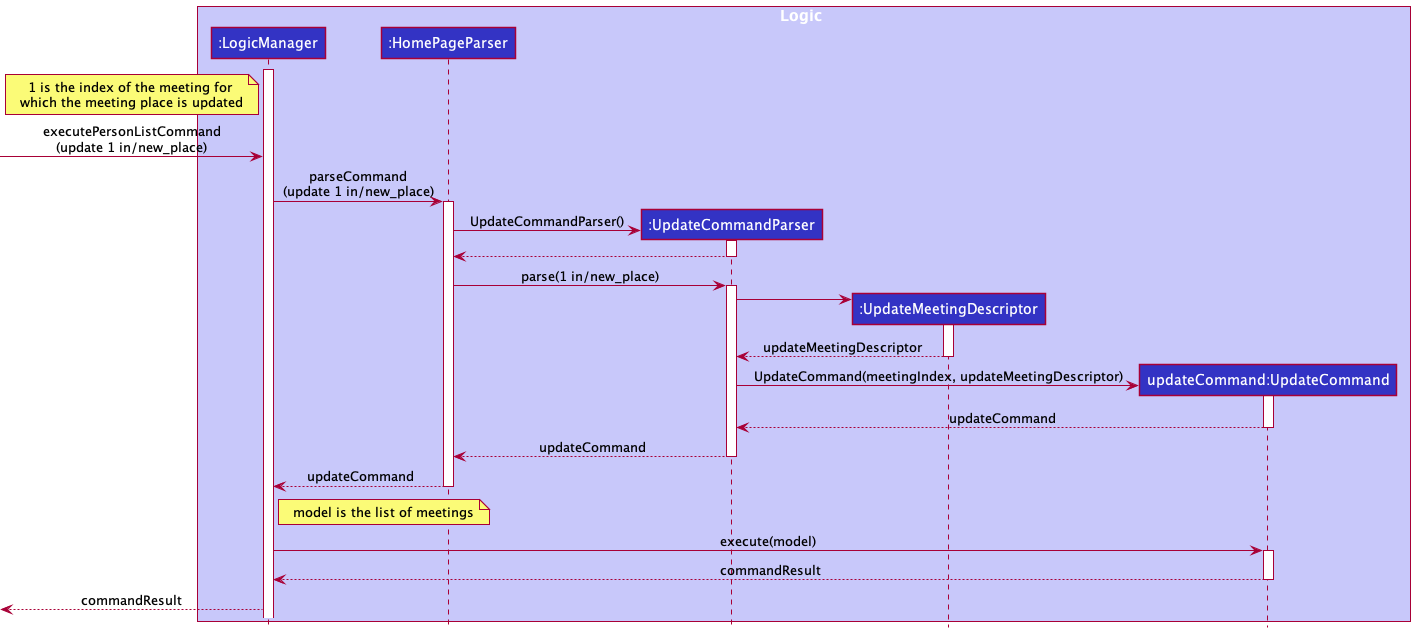
Earlier version of the PlantUML export docs/images/UpdateCommandSequenceDiagram.png (tonishka/tp).
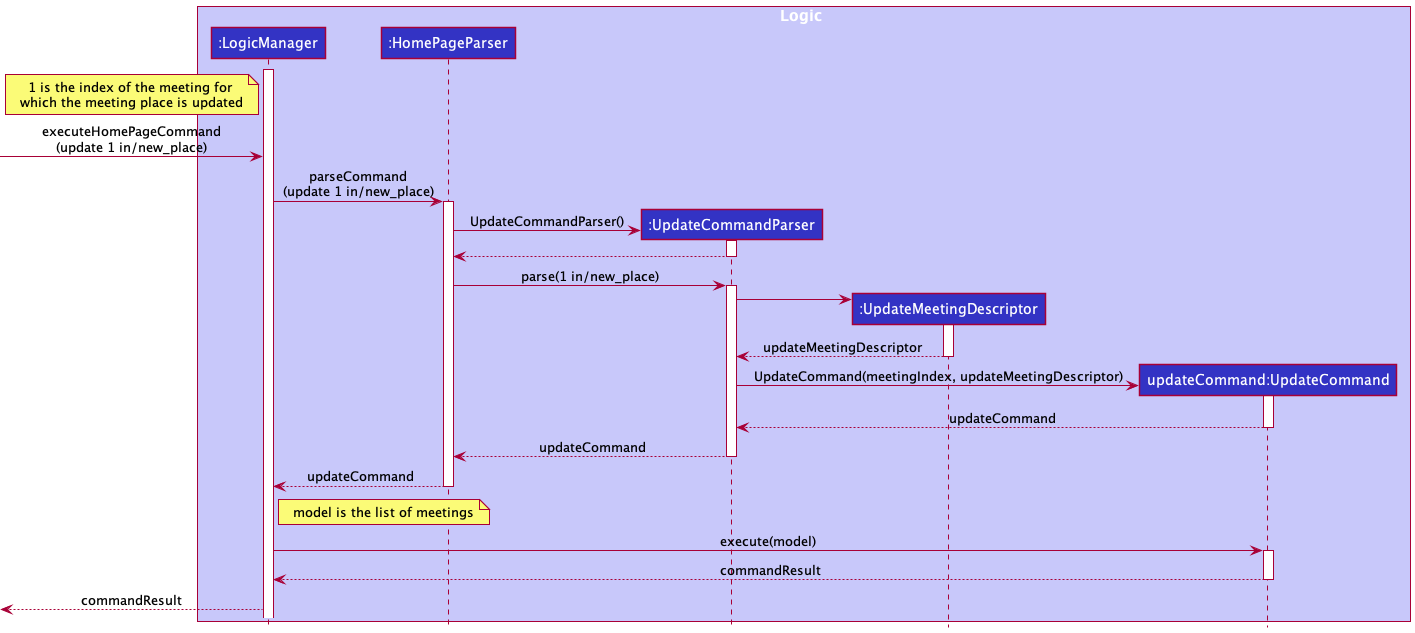
The same diagram one commit later.

What changed in the source:
```diff
@@ -14,7 +14,7 @@
 
 note left of LogicManager: 1 is the index of the meeting for \nwhich the meeting place is updated
 
--> LogicManager : executePersonListCommand\n(update 1 in/new_place)
+-> LogicManager : executeHomePageCommand\n(update 1 in/new_place)
 LogicManager -> HomePageParser : parseCommand\n(update 1 in/new_place)
 activate HomePageParser
 HomePageParser -> UpdateCommandParser ** : UpdateCommandParser()
```
